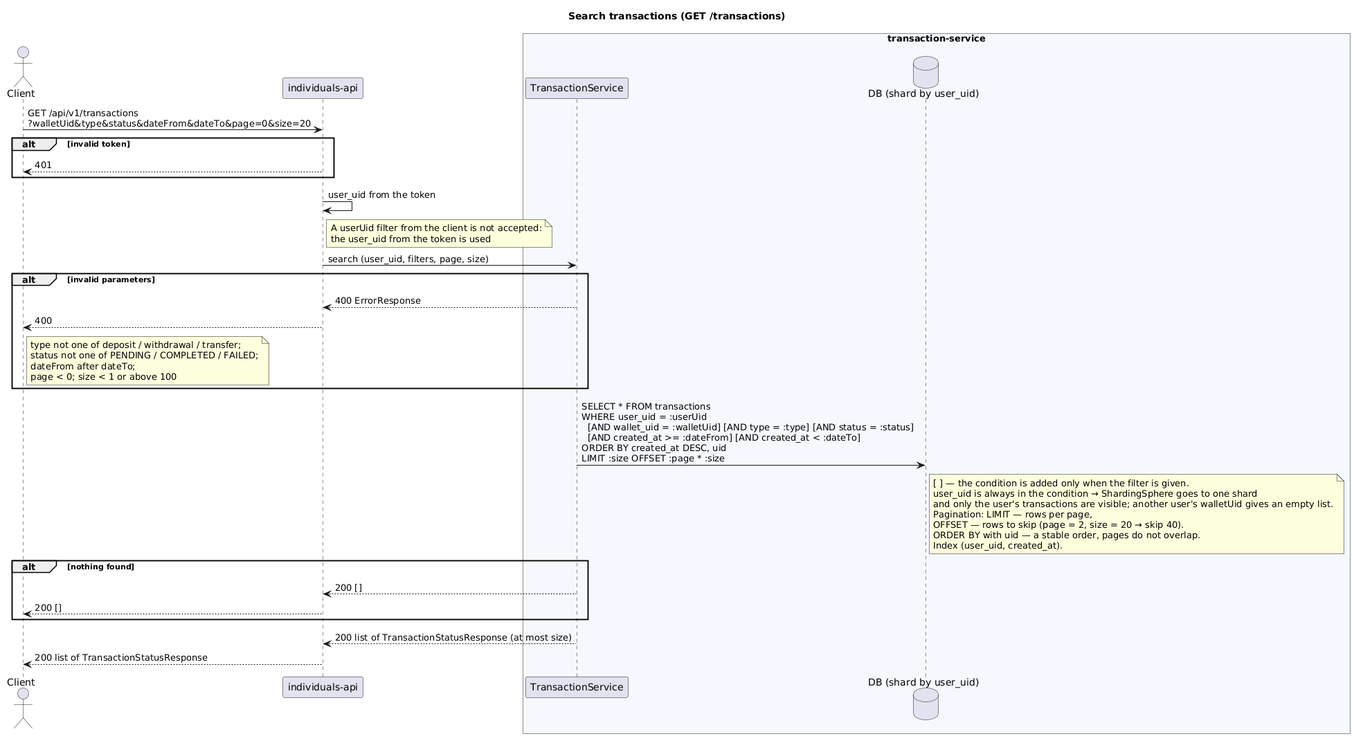
Above: transaction-service/diagrams-c4/png/en/sequence-transactions-search.png in dezxxx/payment-platform (PlantUML), before the change.
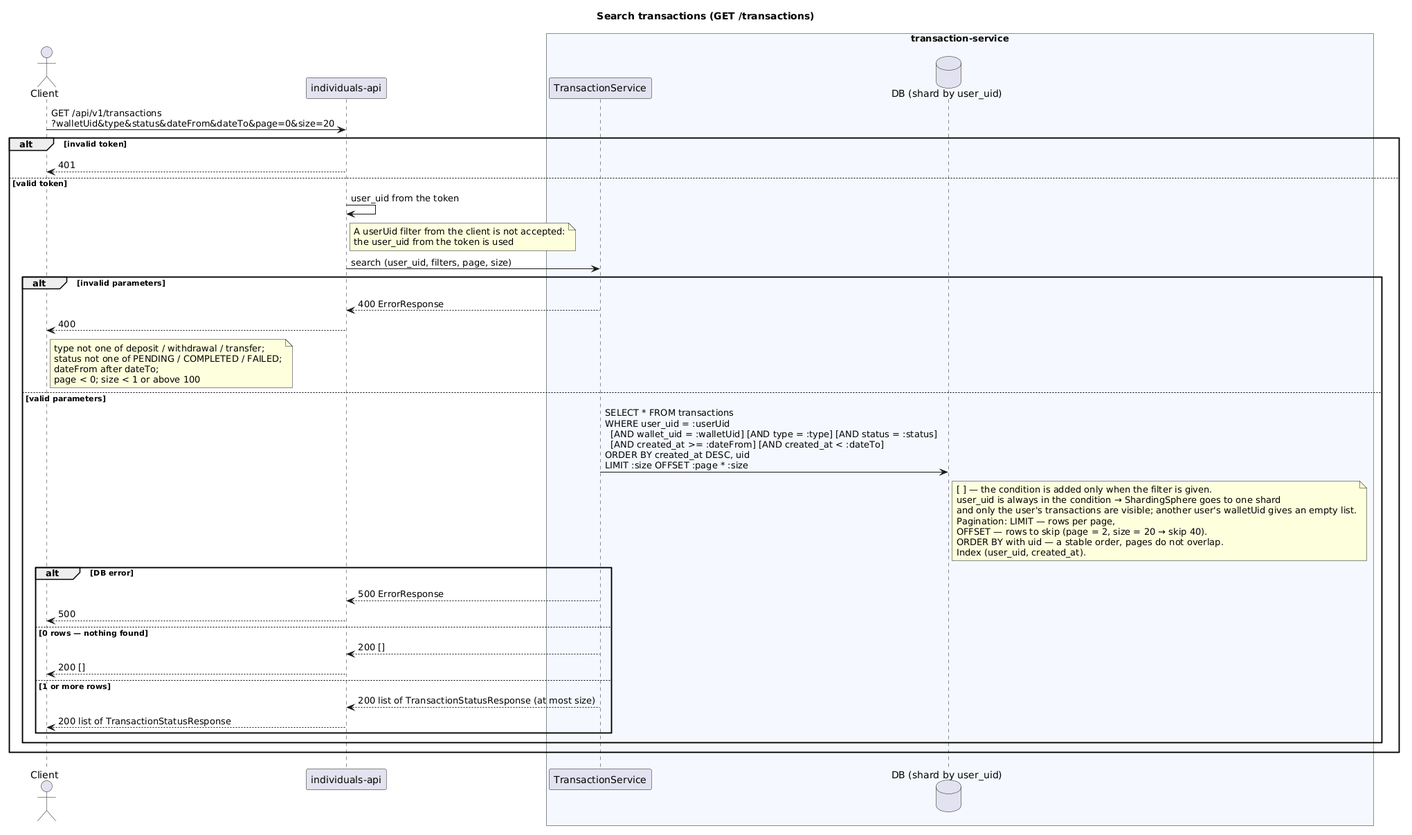
After the commit.

Diff of the diagram source:
```diff
@@ -11,37 +11,43 @@
 Client -> IA: GET /api/v1/transactions\n?walletUid&type&status&dateFrom&dateTo&page=0&size=20
 alt invalid token
     IA --> Client: 401
+else valid token
+    IA -> IA: user_uid from the token
+    note right of IA
+      A userUid filter from the client is not accepted:
+      the user_uid from the token is used
+    end note
+    IA -> TS: search (user_uid, filters, page, size)
+    alt invalid parameters
+        TS --> IA: 400 ErrorResponse
+        IA --> Client: 400
+        note right of Client
+          type not one of deposit / withdrawal / transfer;
+          status not one of PENDING / COMPLETED / FAILED;
+          dateFrom after dateTo;
+          page < 0; size < 1 or above 100
+        end note
+    else valid parameters
+        TS -> DB: SELECT * FROM transactions\nWHERE user_uid = :userUid\n  [AND wallet_uid = :walletUid] [AND type = :type] [AND status = :status]\n  [AND created_at >= :dateFrom] [AND created_at < :dateTo]\nORDER BY created_at DESC, uid\nLIMIT :size OFFSET :page * :size
+        note right of DB
+          [ ] — the condition is added only when the filter is given.
+          user_uid is always in the condition → ShardingSphere goes to one shard
+          and only the user's transactions are visible; another user's walletUid gives an empty list.
+          Pagination: LIMIT — rows per page,
+          OFFSET — rows to skip (page = 2, size = 20 → skip 40).
+          ORDER BY with uid — a stable order, pages do not overlap.
+          Index (user_uid, created_at).
+        end note
+        alt DB error
+            TS --> IA: 500 ErrorResponse
+            IA --> Client: 500
+        else 0 rows — nothing found
+            TS --> IA: 200 []
+            IA --> Client: 200 []
+        else 1 or more rows
+            TS --> IA: 200 list of TransactionStatusResponse (at most size)
+            IA --> Client: 200 list of TransactionStatusResponse
+        end
+    end
 end
-IA -> IA: user_uid from the token
-note right of IA
-  A userUid filter from the client is not accepted:
-  the user_uid from the token is used
-end note
-IA -> TS: search (user_uid, filters, page, size)
-alt invalid parameters
-    TS --> IA: 400 ErrorResponse
-    IA --> Client: 400
-    note right of Client
-      type not one of deposit / withdrawal / transfer;
-      status not one of PENDING / COMPLETED / FAILED;
-      dateFrom after dateTo;
-      page < 0; size < 1 or above 100
-    end note
-end
-TS -> DB: SELECT * FROM transactions\nWHERE user_uid = :userUid\n  [AND wallet_uid = :walletUid] [AND type = :type] [AND status = :status]\n  [AND created_at >= :dateFrom] [AND created_at < :dateTo]\nORDER BY created_at DESC, uid\nLIMIT :size OFFSET :page * :size
-note right of DB
-  [ ] — the condition is added only when the filter is given.
-  user_uid is always in the condition → ShardingSphere goes to one shard
-  and only the user's transactions are visible; another user's walletUid gives an empty list.
-  Pagination: LIMIT — rows per page,
-  OFFSET — rows to skip (page = 2, size = 20 → skip 40).
-  ORDER BY with uid — a stable order, pages do not overlap.
-  Index (user_uid, created_at).
-end note
-alt nothing found
-    TS --> IA: 200 []
-    IA --> Client: 200 []
-end
-TS --> IA: 200 list of TransactionStatusResponse (at most size)
-IA --> Client: 200 list of TransactionStatusResponse
 @enduml
```
